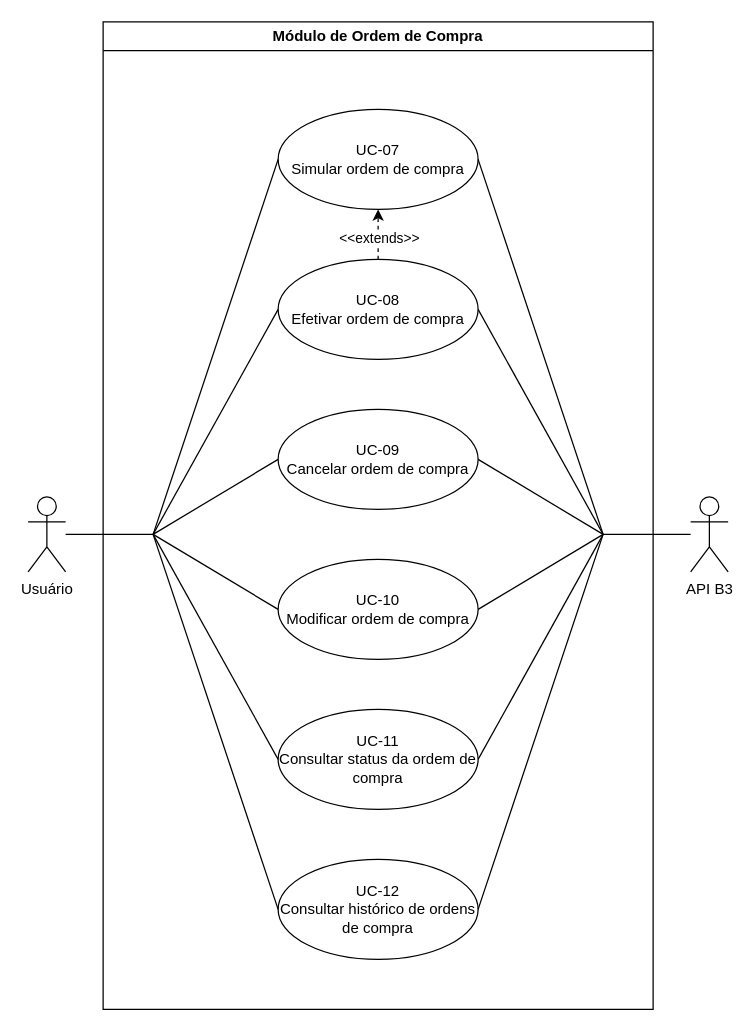
Earlier version of the draw.io diagram diagramas_casos_de_uso/uc_ordem_compra.drawio (gb-cs-rt/home_broker). Source tidied: cells renumbered, new cells numbered last; positions are measured from the earlier drawing's top-left corner, leaving out a move shared by most shapes. Both pictures are drawn from the tidied source at 125%, with x=0, y=0 at pixel (28, 21).
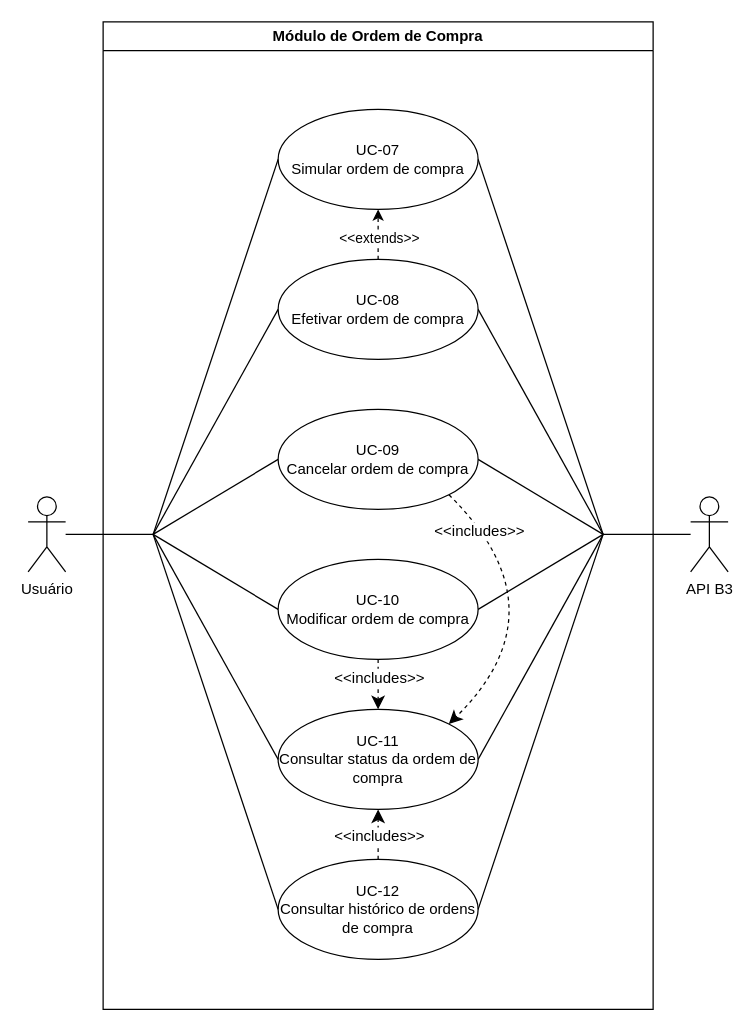
Above is the later version.

The change refers to these unchanged cells:
```xml
<mxCell id="2" value="Módulo de Ordem de Compra" style="swimlane;whiteSpace=wrap;html=1;" parent="1" vertex="1">
  <mxGeometry x="60" width="440" height="790" as="geometry" />
</mxCell>
<mxCell id="3" value="UC-09&lt;div&gt;Cancelar ordem de compra&lt;/div&gt;" style="ellipse;whiteSpace=wrap;html=1;" parent="2" vertex="1">
  <mxGeometry x="140" y="310" width="160" height="80" as="geometry" />
</mxCell>
<mxCell id="4" value="UC-10&lt;div&gt;Modificar ordem de compra&lt;/div&gt;" style="ellipse;whiteSpace=wrap;html=1;" parent="2" vertex="1">
  <mxGeometry x="140" y="430" width="160" height="80" as="geometry" />
</mxCell>
<mxCell id="5" value="UC-11&lt;div&gt;&lt;span style=&quot;background-color: initial;&quot;&gt;Consultar status da ordem de compra&lt;/span&gt;&lt;/div&gt;" style="ellipse;whiteSpace=wrap;html=1;" parent="2" vertex="1">
  <mxGeometry x="140" y="550" width="160" height="80" as="geometry" />
</mxCell>
<mxCell id="6" value="UC-12&lt;div&gt;Consultar histórico de ordens de compra&lt;/div&gt;" style="ellipse;whiteSpace=wrap;html=1;" parent="2" vertex="1">
  <mxGeometry x="140" y="670" width="160" height="80" as="geometry" />
</mxCell>
```

What changed in the source:
```diff
@@
+    <mxCell id="27" style="edgeStyle=none;curved=1;rounded=0;jettySize=auto;html=1;exitX=1;exitY=1;exitDx=0;exitDy=0;entryX=1;entryY=0;entryDx=0;entryDy=0;fontSize=12;startSize=8;endSize=8;dashed=1;" parent="2" edge="1" source="3" target="5">
+      <mxGeometry relative="1" as="geometry">
+        <Array as="points">
+          <mxPoint x="370" y="470" />
+        </Array>
+      </mxGeometry>
+    </mxCell>
+    <mxCell id="28" value="&amp;lt;&amp;lt;includes&amp;gt;&amp;gt;" style="edgeLabel;html=1;align=center;verticalAlign=middle;fontSize=12;" parent="27" vertex="1">
+      <mxGeometry x="-0.72" y="-4" relative="1" as="geometry" />
+    </mxCell>
@@
+    <mxCell id="29" style="edgeStyle=none;curved=1;rounded=0;jettySize=auto;html=1;exitX=0.5;exitY=1;exitDx=0;exitDy=0;entryX=0.5;entryY=0;entryDx=0;entryDy=0;fontSize=12;startSize=8;endSize=8;dashed=1;" parent="2" edge="1" source="4" target="5">
+      <mxGeometry relative="1" as="geometry" />
+    </mxCell>
+    <mxCell id="30" value="&amp;lt;&amp;lt;includes&amp;gt;&amp;gt;" style="edgeLabel;html=1;align=center;verticalAlign=middle;fontSize=12;" parent="29" vertex="1">
+      <mxGeometry x="-0.31" y="-1" relative="1" as="geometry">
+        <mxPoint x="1" as="offset" />
+      </mxGeometry>
+    </mxCell>
@@
+    <mxCell id="31" style="edgeStyle=none;curved=1;rounded=0;jettySize=auto;html=1;exitX=0.5;exitY=0;exitDx=0;exitDy=0;entryX=0.5;entryY=1;entryDx=0;entryDy=0;fontSize=12;startSize=8;endSize=8;dashed=1;" parent="2" edge="1" source="6" target="5">
+      <mxGeometry relative="1" as="geometry" />
+    </mxCell>
+    <mxCell id="32" value="&amp;lt;&amp;lt;includes&amp;gt;&amp;gt;" style="edgeLabel;html=1;align=center;verticalAlign=middle;fontSize=12;" parent="31" vertex="1">
+      <mxGeometry x="-0.07" y="1" relative="1" as="geometry">
+        <mxPoint x="1" as="offset" />
+      </mxGeometry>
+    </mxCell>
```
